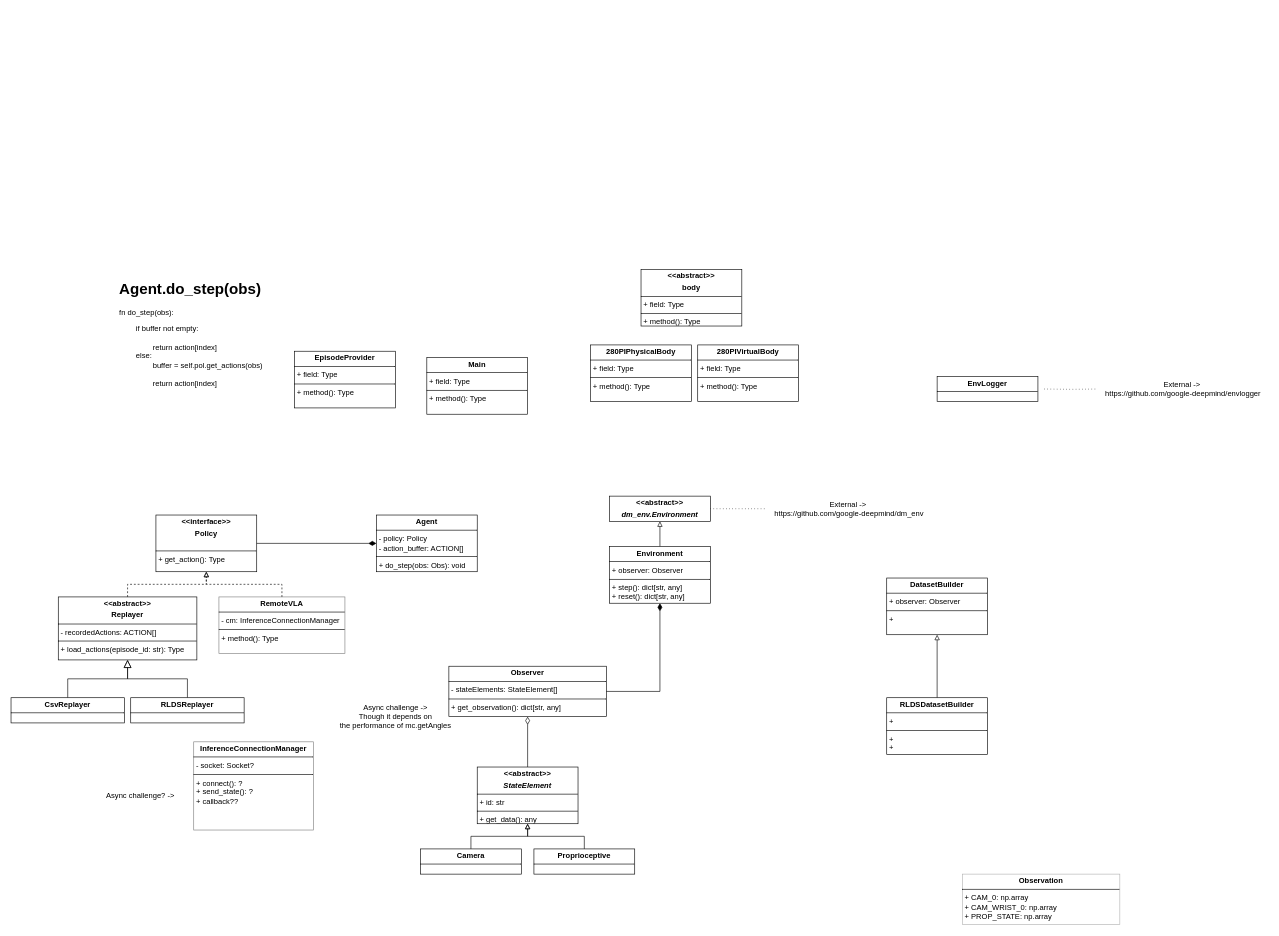
Earlier version of the draw.io diagram documents/class-diagram.drawio (Kei07170717/Autonomous-System-). Source tidied: cells renumbered, new cells numbered last; positions are measured from the earlier drawing's top-left corner, leaving out a move shared by most shapes. Both pictures are drawn from the tidied source at 63%, with x=0, y=0 at pixel (11, 269).
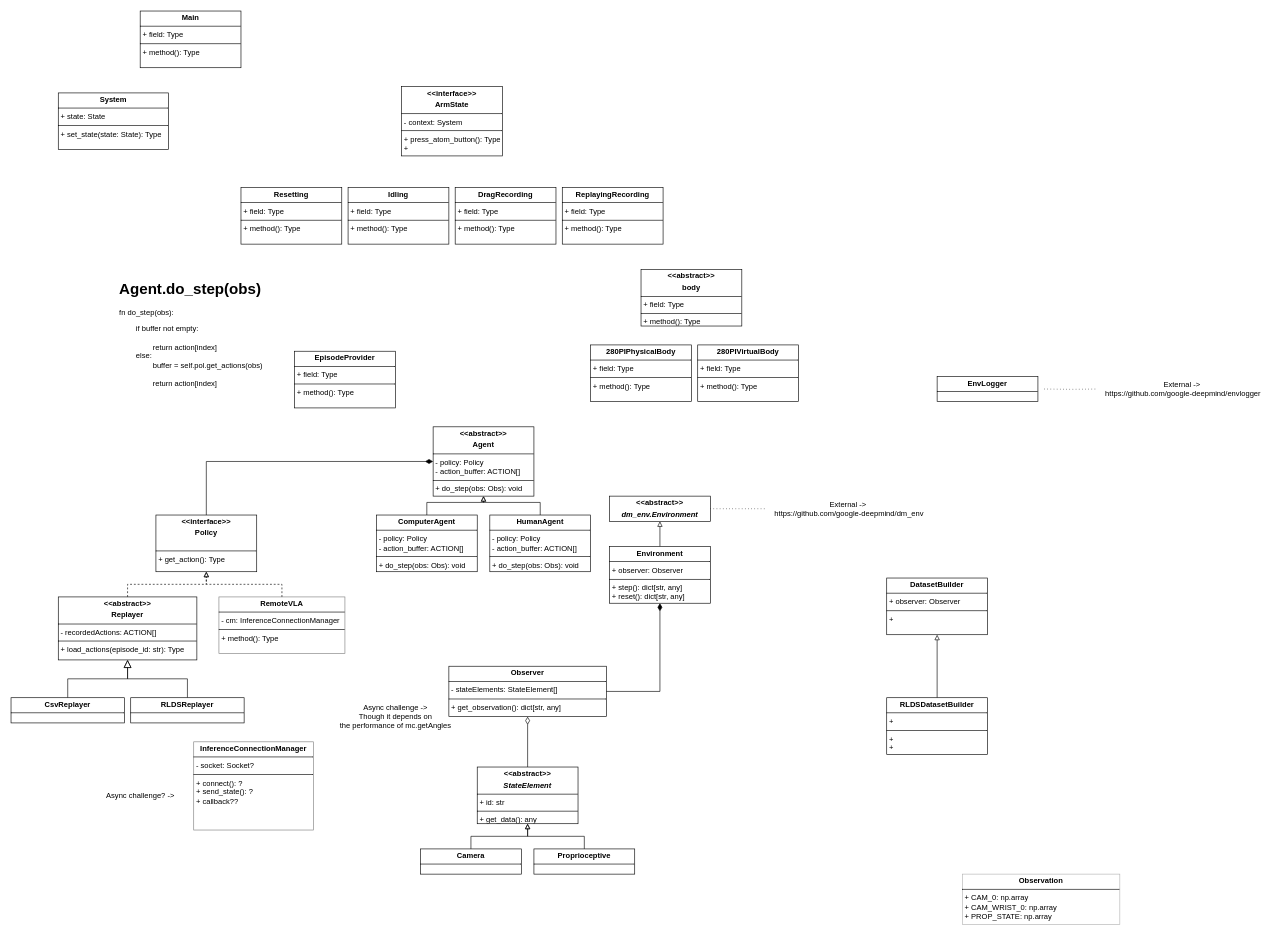
Above is the later version.

Commit message (it also covers changes not shown here):
Added drawio cache to gitignore, added abstraction for agent in classdiagram

The change refers to these unchanged cells:
```xml
<mxCell id="2" value="&lt;p style=&quot;margin:0px;margin-top:4px;text-align:center;&quot;&gt;&lt;b&gt;&amp;lt;&amp;lt;interface&amp;gt;&amp;gt;&lt;/b&gt;&lt;/p&gt;&lt;p style=&quot;margin:0px;margin-top:4px;text-align:center;&quot;&gt;&lt;b&gt;Policy&lt;/b&gt;&lt;/p&gt;&lt;p style=&quot;margin:0px;margin-left:4px;&quot;&gt;&amp;nbsp;&lt;/p&gt;&lt;hr size=&quot;1&quot; style=&quot;border-style:solid;&quot;&gt;&lt;p style=&quot;margin:0px;margin-left:4px;&quot;&gt;+ get_action(): Type&lt;/p&gt;" style="verticalAlign=top;align=left;overflow=fill;html=1;whiteSpace=wrap;" parent="1" vertex="1">
  <mxGeometry x="230" y="390" width="160" height="90" as="geometry" />
</mxCell>
```

What changed in the source:
```diff
@@
     <mxCell id="13" value="&lt;p style=&quot;margin:0px;margin-top:4px;text-align:center;&quot;&gt;&lt;b&gt;Main&lt;/b&gt;&lt;/p&gt;&lt;hr size=&quot;1&quot; style=&quot;border-style:solid;&quot;&gt;&lt;p style=&quot;margin:0px;margin-left:4px;&quot;&gt;+ field: Type&lt;/p&gt;&lt;hr size=&quot;1&quot; style=&quot;border-style:solid;&quot;&gt;&lt;p style=&quot;margin:0px;margin-left:4px;&quot;&gt;+ method(): Type&lt;/p&gt;" style="verticalAlign=top;align=left;overflow=fill;html=1;whiteSpace=wrap;" parent="1" vertex="1">
-      <mxGeometry x="660" y="140" width="160" height="90" as="geometry" />
+      <mxGeometry x="205" y="-410" width="160" height="90" as="geometry" />
     </mxCell>
@@
-    <mxCell id="18" style="edgeStyle=orthogonalEdgeStyle;rounded=0;jettySize=auto;html=1;endArrow=none;endFill=0;startArrow=diamondThin;startFill=1;startSize=10;" parent="1" edge="1" source="19" target="2">
+    <mxCell id="18" style="edgeStyle=orthogonalEdgeStyle;rounded=0;jettySize=auto;html=1;endArrow=none;endFill=0;startArrow=diamondThin;startFill=1;startSize=10;" parent="1" edge="1" source="51" target="2">
       <mxGeometry relative="1" as="geometry" />
     </mxCell>
+    <mxCell id="42" style="edgeStyle=orthogonalEdgeStyle;rounded=0;jettySize=auto;html=1;endArrow=block;endFill=0;" parent="1" edge="1" source="19" target="51">
+      <mxGeometry relative="1" as="geometry" />
+    </mxCell>
-    <mxCell id="19" value="&lt;p style=&quot;margin:0px;margin-top:4px;text-align:center;&quot;&gt;&lt;b&gt;Agent&lt;/b&gt;&lt;/p&gt;&lt;hr size=&quot;1&quot; style=&quot;border-style:solid;&quot;&gt;&lt;p style=&quot;margin:0px;margin-left:4px;&quot;&gt;- policy: Policy&lt;/p&gt;&lt;p style=&quot;margin:0px;margin-left:4px;&quot;&gt;- action_buffer: ACTION[]&lt;/p&gt;&lt;hr size=&quot;1&quot; style=&quot;border-style:solid;&quot;&gt;&lt;p style=&quot;margin:0px;margin-left:4px;&quot;&gt;+ do_step(obs: Obs): void&lt;/p&gt;" style="verticalAlign=top;align=left;overflow=fill;html=1;whiteSpace=wrap;" parent="1" vertex="1">
+    <mxCell id="19" value="&lt;p style=&quot;margin:0px;margin-top:4px;text-align:center;&quot;&gt;&lt;b&gt;ComputerAgent&lt;/b&gt;&lt;/p&gt;&lt;hr size=&quot;1&quot; style=&quot;border-style:solid;&quot;&gt;&lt;p style=&quot;margin:0px;margin-left:4px;&quot;&gt;- policy: Policy&lt;/p&gt;&lt;p style=&quot;margin:0px;margin-left:4px;&quot;&gt;- action_buffer: ACTION[]&lt;/p&gt;&lt;hr size=&quot;1&quot; style=&quot;border-style:solid;&quot;&gt;&lt;p style=&quot;margin:0px;margin-left:4px;&quot;&gt;+ do_step(obs: Obs): void&lt;/p&gt;" style="verticalAlign=top;align=left;overflow=fill;html=1;whiteSpace=wrap;" parent="1" vertex="1">
       <mxGeometry x="580" y="390" width="160" height="90" as="geometry" />
     </mxCell>
@@
+    <mxCell id="43" value="&lt;p style=&quot;margin:0px;margin-top:4px;text-align:center;&quot;&gt;&lt;b&gt;System&lt;/b&gt;&lt;/p&gt;&lt;hr size=&quot;1&quot; style=&quot;border-style:solid;&quot;&gt;&lt;p style=&quot;margin:0px;margin-left:4px;&quot;&gt;+ state: State&lt;/p&gt;&lt;hr size=&quot;1&quot; style=&quot;border-style:solid;&quot;&gt;&lt;p style=&quot;margin:0px;margin-left:4px;&quot;&gt;+ set_state(state: State): Type&lt;/p&gt;" style="verticalAlign=top;align=left;overflow=fill;html=1;whiteSpace=wrap;" parent="1" vertex="1">
+      <mxGeometry x="75" y="-280" width="175" height="90" as="geometry" />
+    </mxCell>
+    <mxCell id="44" value="&lt;p style=&quot;margin:0px;margin-top:4px;text-align:center;&quot;&gt;&lt;b&gt;&amp;lt;&amp;lt;interface&amp;gt;&amp;gt;&lt;/b&gt;&lt;/p&gt;&lt;p style=&quot;margin:0px;margin-top:4px;text-align:center;&quot;&gt;&lt;b&gt;ArmState&lt;/b&gt;&lt;/p&gt;&lt;hr size=&quot;1&quot; style=&quot;border-style:solid;&quot;&gt;&lt;p style=&quot;margin:0px;margin-left:4px;&quot;&gt;- context: System&lt;/p&gt;&lt;hr size=&quot;1&quot; style=&quot;border-style:solid;&quot;&gt;&lt;p style=&quot;margin:0px;margin-left:4px;&quot;&gt;+ press_atom_button(): Type&lt;/p&gt;&lt;p style=&quot;margin:0px;margin-left:4px;&quot;&gt;+&amp;nbsp;&lt;/p&gt;&lt;p style=&quot;margin:0px;margin-left:4px;&quot;&gt;&lt;br&gt;&lt;/p&gt;" style="verticalAlign=top;align=left;overflow=fill;html=1;whiteSpace=wrap;" parent="1" vertex="1">
+      <mxGeometry x="620" y="-290" width="160" height="110" as="geometry" />
+    </mxCell>
+    <mxCell id="45" value="&lt;p style=&quot;margin:0px;margin-top:4px;text-align:center;&quot;&gt;&lt;b&gt;Resetting&lt;/b&gt;&lt;/p&gt;&lt;hr size=&quot;1&quot; style=&quot;border-style:solid;&quot;&gt;&lt;p style=&quot;margin:0px;margin-left:4px;&quot;&gt;+ field: Type&lt;/p&gt;&lt;hr size=&quot;1&quot; style=&quot;border-style:solid;&quot;&gt;&lt;p style=&quot;margin:0px;margin-left:4px;&quot;&gt;+ method(): Type&lt;/p&gt;" style="verticalAlign=top;align=left;overflow=fill;html=1;whiteSpace=wrap;" parent="1" vertex="1">
+      <mxGeometry x="365" y="-130" width="160" height="90" as="geometry" />
+    </mxCell>
+    <mxCell id="46" value="&lt;p style=&quot;margin:0px;margin-top:4px;text-align:center;&quot;&gt;&lt;b&gt;Idling&lt;/b&gt;&lt;/p&gt;&lt;hr size=&quot;1&quot; style=&quot;border-style:solid;&quot;&gt;&lt;p style=&quot;margin:0px;margin-left:4px;&quot;&gt;+ field: Type&lt;/p&gt;&lt;hr size=&quot;1&quot; style=&quot;border-style:solid;&quot;&gt;&lt;p style=&quot;margin:0px;margin-left:4px;&quot;&gt;+ method(): Type&lt;/p&gt;" style="verticalAlign=top;align=left;overflow=fill;html=1;whiteSpace=wrap;" parent="1" vertex="1">
+      <mxGeometry x="535" y="-130" width="160" height="90" as="geometry" />
+    </mxCell>
+    <mxCell id="47" value="&lt;p style=&quot;margin:0px;margin-top:4px;text-align:center;&quot;&gt;&lt;b&gt;DragRecording&lt;/b&gt;&lt;/p&gt;&lt;hr size=&quot;1&quot; style=&quot;border-style:solid;&quot;&gt;&lt;p style=&quot;margin:0px;margin-left:4px;&quot;&gt;+ field: Type&lt;/p&gt;&lt;hr size=&quot;1&quot; style=&quot;border-style:solid;&quot;&gt;&lt;p style=&quot;margin:0px;margin-left:4px;&quot;&gt;+ method(): Type&lt;/p&gt;" style="verticalAlign=top;align=left;overflow=fill;html=1;whiteSpace=wrap;" parent="1" vertex="1">
+      <mxGeometry x="705" y="-130" width="160" height="90" as="geometry" />
+    </mxCell>
+    <mxCell id="48" value="&lt;p style=&quot;margin:0px;margin-top:4px;text-align:center;&quot;&gt;&lt;b&gt;ReplayingRecording&lt;/b&gt;&lt;/p&gt;&lt;hr size=&quot;1&quot; style=&quot;border-style:solid;&quot;&gt;&lt;p style=&quot;margin:0px;margin-left:4px;&quot;&gt;+ field: Type&lt;/p&gt;&lt;hr size=&quot;1&quot; style=&quot;border-style:solid;&quot;&gt;&lt;p style=&quot;margin:0px;margin-left:4px;&quot;&gt;+ method(): Type&lt;/p&gt;" style="verticalAlign=top;align=left;overflow=fill;html=1;whiteSpace=wrap;" parent="1" vertex="1">
+      <mxGeometry x="875" y="-130" width="160" height="90" as="geometry" />
+    </mxCell>
+    <mxCell id="49" style="edgeStyle=orthogonalEdgeStyle;rounded=0;jettySize=auto;html=1;endArrow=block;endFill=0;" parent="1" edge="1" source="50" target="51">
+      <mxGeometry relative="1" as="geometry" />
+    </mxCell>
+    <mxCell id="50" value="&lt;p style=&quot;margin:0px;margin-top:4px;text-align:center;&quot;&gt;&lt;b&gt;HumanAgent&lt;/b&gt;&lt;/p&gt;&lt;hr size=&quot;1&quot; style=&quot;border-style:solid;&quot;&gt;&lt;p style=&quot;margin:0px;margin-left:4px;&quot;&gt;- policy: Policy&lt;/p&gt;&lt;p style=&quot;margin:0px;margin-left:4px;&quot;&gt;- action_buffer: ACTION[]&lt;/p&gt;&lt;hr size=&quot;1&quot; style=&quot;border-style:solid;&quot;&gt;&lt;p style=&quot;margin:0px;margin-left:4px;&quot;&gt;+ do_step(obs: Obs): void&lt;/p&gt;" style="verticalAlign=top;align=left;overflow=fill;html=1;whiteSpace=wrap;" parent="1" vertex="1">
+      <mxGeometry x="760" y="390" width="160" height="90" as="geometry" />
+    </mxCell>
+    <mxCell id="51" value="&lt;p style=&quot;margin:0px;margin-top:4px;text-align:center;&quot;&gt;&lt;b&gt;&amp;lt;&amp;lt;abstract&amp;gt;&amp;gt;&lt;/b&gt;&lt;/p&gt;&lt;p style=&quot;margin:0px;margin-top:4px;text-align:center;&quot;&gt;&lt;b&gt;Agent&lt;/b&gt;&lt;/p&gt;&lt;hr size=&quot;1&quot; style=&quot;border-style:solid;&quot;&gt;&lt;p style=&quot;margin:0px;margin-left:4px;&quot;&gt;- policy: Policy&lt;/p&gt;&lt;p style=&quot;margin:0px;margin-left:4px;&quot;&gt;- action_buffer: ACTION[]&lt;/p&gt;&lt;hr size=&quot;1&quot; style=&quot;border-style:solid;&quot;&gt;&lt;p style=&quot;margin:0px;margin-left:4px;&quot;&gt;+ do_step(obs: Obs): void&lt;/p&gt;" style="verticalAlign=top;align=left;overflow=fill;html=1;whiteSpace=wrap;" parent="1" vertex="1">
+      <mxGeometry x="670" y="250" width="160" height="110" as="geometry" />
+    </mxCell>
```
